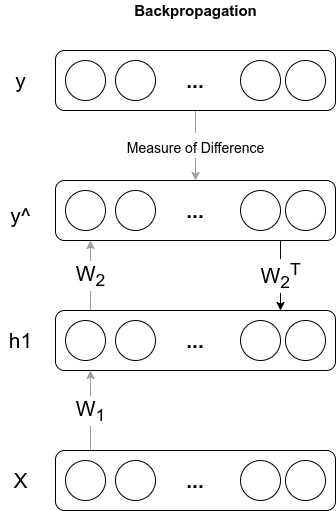
demirbilek95/thesis_writing keeps this draw.io diagram as figures/BP.png. Above is the earlier version. Source tidied: cells renumbered, new cells last; positions are measured from the earlier drawing's top-left corner, leaving out a move shared by most shapes. The source it was exported from:
```xml
<mxGraphModel>
  <root>
    <mxCell id="0" />
    <mxCell id="1" parent="0" />
    <mxCell id="2" value="W&lt;sub&gt;2&lt;/sub&gt;&lt;sup&gt;T&lt;/sup&gt;" style="edgeStyle=orthogonalEdgeStyle;rounded=0;jettySize=auto;html=1;fontSize=21;" parent="1" edge="1" source="3" target="9">
      <mxGeometry relative="1" as="geometry">
        <Array as="points">
          <mxPoint x="280" y="250" />
          <mxPoint x="280" y="250" />
        </Array>
      </mxGeometry>
    </mxCell>
    <mxCell id="3" value="&lt;font style=&quot;font-size: 21px&quot;&gt;&lt;b&gt;...&lt;/b&gt;&lt;/font&gt;" style="rounded=1;whiteSpace=wrap;html=1;fontSize=19;" parent="1" vertex="1">
      <mxGeometry x="55" y="180" width="280" height="60" as="geometry" />
    </mxCell>
    <mxCell id="4" style="ellipse;whiteSpace=wrap;html=1;fontSize=19;" parent="1" vertex="1">
      <mxGeometry x="65" y="190" width="40" height="40" as="geometry" />
    </mxCell>
    <mxCell id="5" style="ellipse;whiteSpace=wrap;html=1;fontSize=19;" parent="1" vertex="1">
      <mxGeometry x="115" y="190" width="40" height="40" as="geometry" />
    </mxCell>
    <mxCell id="6" style="ellipse;whiteSpace=wrap;html=1;fontSize=19;" parent="1" vertex="1">
      <mxGeometry x="285" y="190" width="40" height="40" as="geometry" />
    </mxCell>
    <mxCell id="7" style="ellipse;whiteSpace=wrap;html=1;fontSize=19;" parent="1" vertex="1">
      <mxGeometry x="240" y="190" width="40" height="40" as="geometry" />
    </mxCell>
    <mxCell id="8" value="W&lt;sub&gt;2&lt;/sub&gt;" style="edgeStyle=orthogonalEdgeStyle;rounded=0;jettySize=auto;html=1;fontSize=21;strokeColor=#9C9C9C;" parent="1" edge="1" source="9" target="3">
      <mxGeometry relative="1" as="geometry">
        <Array as="points">
          <mxPoint x="90" y="250" />
          <mxPoint x="90" y="250" />
        </Array>
      </mxGeometry>
    </mxCell>
    <mxCell id="9" value="&lt;font style=&quot;font-size: 21px&quot;&gt;&lt;b&gt;...&lt;/b&gt;&lt;/font&gt;" style="rounded=1;whiteSpace=wrap;html=1;fontSize=19;" parent="1" vertex="1">
      <mxGeometry x="55" y="310" width="280" height="60" as="geometry" />
    </mxCell>
    <mxCell id="10" style="ellipse;whiteSpace=wrap;html=1;fontSize=19;" parent="1" vertex="1">
      <mxGeometry x="65" y="320" width="40" height="40" as="geometry" />
    </mxCell>
    <mxCell id="11" style="ellipse;whiteSpace=wrap;html=1;fontSize=19;" parent="1" vertex="1">
      <mxGeometry x="115" y="320" width="40" height="40" as="geometry" />
    </mxCell>
    <mxCell id="12" style="ellipse;whiteSpace=wrap;html=1;fontSize=19;" parent="1" vertex="1">
      <mxGeometry x="285" y="320" width="40" height="40" as="geometry" />
    </mxCell>
    <mxCell id="13" style="ellipse;whiteSpace=wrap;html=1;fontSize=19;" parent="1" vertex="1">
      <mxGeometry x="240" y="320" width="40" height="40" as="geometry" />
    </mxCell>
    <mxCell id="14" value="W&lt;sub&gt;1&lt;/sub&gt;" style="edgeStyle=orthogonalEdgeStyle;rounded=0;jettySize=auto;html=1;fontSize=21;strokeColor=#9C9C9C;" parent="1" edge="1" source="15" target="9">
      <mxGeometry relative="1" as="geometry">
        <Array as="points">
          <mxPoint x="90" y="380" />
          <mxPoint x="90" y="380" />
        </Array>
      </mxGeometry>
    </mxCell>
    <mxCell id="15" value="&lt;font style=&quot;font-size: 21px&quot;&gt;&lt;b&gt;...&lt;/b&gt;&lt;/font&gt;" style="rounded=1;whiteSpace=wrap;html=1;fontSize=19;" parent="1" vertex="1">
      <mxGeometry x="55" y="450" width="280" height="60" as="geometry" />
    </mxCell>
    <mxCell id="16" style="ellipse;whiteSpace=wrap;html=1;fontSize=19;" parent="1" vertex="1">
      <mxGeometry x="65" y="460" width="40" height="40" as="geometry" />
    </mxCell>
    <mxCell id="17" style="ellipse;whiteSpace=wrap;html=1;fontSize=19;" parent="1" vertex="1">
      <mxGeometry x="115" y="460" width="40" height="40" as="geometry" />
    </mxCell>
    <mxCell id="18" style="ellipse;whiteSpace=wrap;html=1;fontSize=19;" parent="1" vertex="1">
      <mxGeometry x="285" y="460" width="40" height="40" as="geometry" />
    </mxCell>
    <mxCell id="19" style="ellipse;whiteSpace=wrap;html=1;fontSize=19;" parent="1" vertex="1">
      <mxGeometry x="240" y="460" width="40" height="40" as="geometry" />
    </mxCell>
    <mxCell id="20" value="X" style="text;html=1;align=center;verticalAlign=middle;strokeColor=none;fillColor=none;fontSize=21;" parent="1" vertex="1">
      <mxGeometry x="5" y="465" width="30" height="30" as="geometry" />
    </mxCell>
    <mxCell id="21" value="h1" style="text;html=1;align=center;verticalAlign=middle;strokeColor=none;fillColor=none;fontSize=21;" parent="1" vertex="1">
      <mxGeometry y="325" width="40" height="30" as="geometry" />
    </mxCell>
    <mxCell id="22" value="&lt;font style=&quot;font-size: 14px&quot;&gt;Measure of Difference&lt;/font&gt;" style="edgeStyle=orthogonalEdgeStyle;rounded=0;jettySize=auto;html=1;fontSize=21;strokeColor=#9C9C9C;fontColor=#000000;" parent="1" edge="1" source="23" target="3">
      <mxGeometry relative="1" as="geometry" />
    </mxCell>
    <mxCell id="23" value="&lt;font style=&quot;font-size: 21px&quot;&gt;&lt;b&gt;...&lt;/b&gt;&lt;/font&gt;" style="rounded=1;whiteSpace=wrap;html=1;fontSize=19;" parent="1" vertex="1">
      <mxGeometry x="55" y="50" width="280" height="60" as="geometry" />
    </mxCell>
    <mxCell id="24" style="ellipse;whiteSpace=wrap;html=1;fontSize=19;" parent="1" vertex="1">
      <mxGeometry x="65" y="60" width="40" height="40" as="geometry" />
    </mxCell>
    <mxCell id="25" style="ellipse;whiteSpace=wrap;html=1;fontSize=19;" parent="1" vertex="1">
      <mxGeometry x="115" y="60" width="40" height="40" as="geometry" />
    </mxCell>
    <mxCell id="26" style="ellipse;whiteSpace=wrap;html=1;fontSize=19;" parent="1" vertex="1">
      <mxGeometry x="285" y="60" width="40" height="40" as="geometry" />
    </mxCell>
    <mxCell id="27" style="ellipse;whiteSpace=wrap;html=1;fontSize=19;" parent="1" vertex="1">
      <mxGeometry x="240" y="60" width="40" height="40" as="geometry" />
    </mxCell>
    <mxCell id="28" value="&lt;font style=&quot;font-size: 21px&quot;&gt;y^&lt;/font&gt;" style="text;html=1;align=center;verticalAlign=middle;strokeColor=none;fillColor=none;fontSize=21;" parent="1" vertex="1">
      <mxGeometry y="200" width="40" height="30" as="geometry" />
    </mxCell>
    <mxCell id="29" value="y" style="text;html=1;align=center;verticalAlign=middle;strokeColor=none;fillColor=none;fontSize=21;" parent="1" vertex="1">
      <mxGeometry x="5" y="65" width="30" height="30" as="geometry" />
    </mxCell>
    <mxCell id="30" value="&lt;font style=&quot;font-size: 15px&quot;&gt;&lt;b&gt;Backpropagation&lt;/b&gt;&lt;/font&gt;" style="text;html=1;align=center;verticalAlign=middle;strokeColor=none;fillColor=none;" parent="1" vertex="1">
      <mxGeometry x="125" width="140" height="20" as="geometry" />
    </mxCell>
  </root>
</mxGraphModel>
```
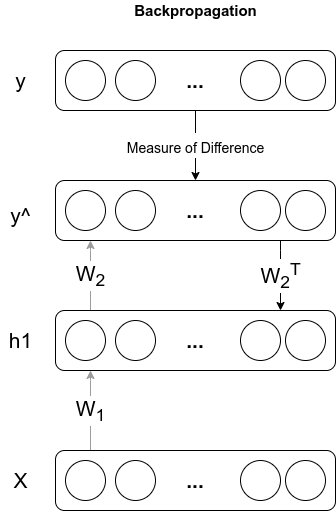
Later version of the same file.

Diff of the diagram source:
```diff
@@ -2,7 +2,7 @@
   <root>
     <mxCell id="0" />
     <mxCell id="1" parent="0" />
-    <mxCell id="2" value="W&lt;sub&gt;2&lt;/sub&gt;&lt;sup&gt;T&lt;/sup&gt;" style="edgeStyle=orthogonalEdgeStyle;rounded=0;jettySize=auto;html=1;fontSize=21;" parent="1" edge="1" source="3" target="9">
+    <mxCell id="2" value="W&lt;sub&gt;2&lt;/sub&gt;&lt;sup&gt;T&lt;/sup&gt;" style="edgeStyle=orthogonalEdgeStyle;rounded=0;jettySize=auto;html=1;fontSize=21;strokeColor=#000000;" parent="1" edge="1" source="3" target="9">
       <mxGeometry relative="1" as="geometry">
         <Array as="points">
           <mxPoint x="280" y="250" />
@@ -77,7 +77,7 @@
     <mxCell id="21" value="h1" style="text;html=1;align=center;verticalAlign=middle;strokeColor=none;fillColor=none;fontSize=21;" parent="1" vertex="1">
       <mxGeometry y="325" width="40" height="30" as="geometry" />
     </mxCell>
-    <mxCell id="22" value="&lt;font style=&quot;font-size: 14px&quot;&gt;Measure of Difference&lt;/font&gt;" style="edgeStyle=orthogonalEdgeStyle;rounded=0;jettySize=auto;html=1;fontSize=21;strokeColor=#9C9C9C;fontColor=#000000;" parent="1" edge="1" source="23" target="3">
+    <mxCell id="22" value="&lt;font style=&quot;font-size: 14px&quot;&gt;Measure of Difference&lt;/font&gt;" style="edgeStyle=orthogonalEdgeStyle;rounded=0;jettySize=auto;html=1;fontSize=21;strokeColor=#000000;fontColor=#000000;" parent="1" edge="1" source="23" target="3">
       <mxGeometry relative="1" as="geometry" />
     </mxCell>
     <mxCell id="23" value="&lt;font style=&quot;font-size: 21px&quot;&gt;&lt;b&gt;...&lt;/b&gt;&lt;/font&gt;" style="rounded=1;whiteSpace=wrap;html=1;fontSize=19;" parent="1" vertex="1">
```
